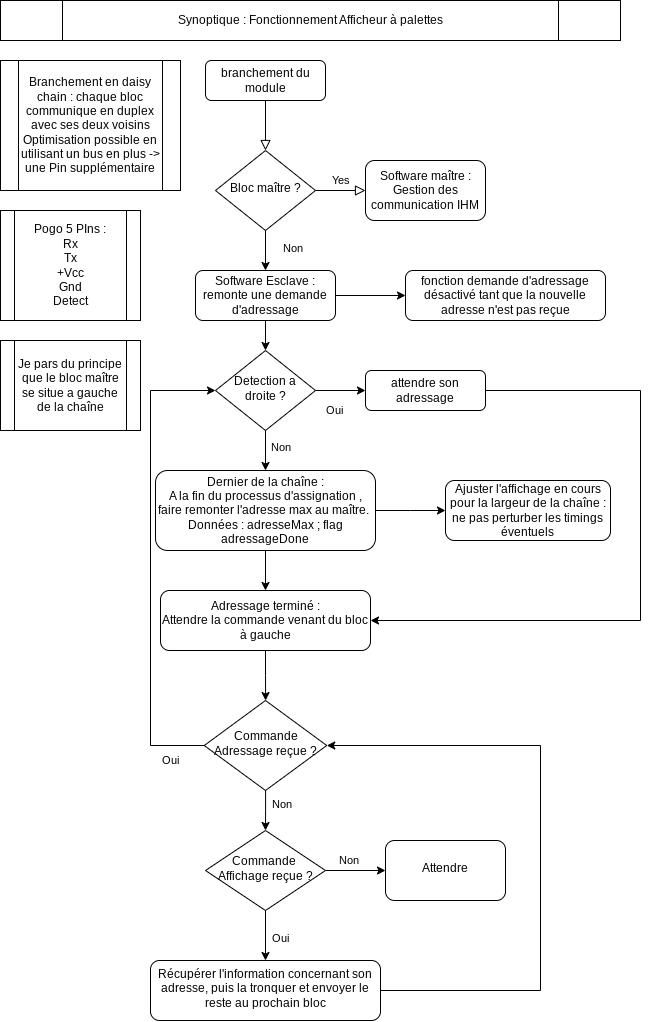
The draw.io diagram Synoptique afficheur à palettes.png in RobotiClermontClub/Afficheur-a-palettes, before a commit. Source tidied: cells renumbered, new cells last; positions are measured from the earlier drawing's top-left corner, leaving out a move shared by most shapes.
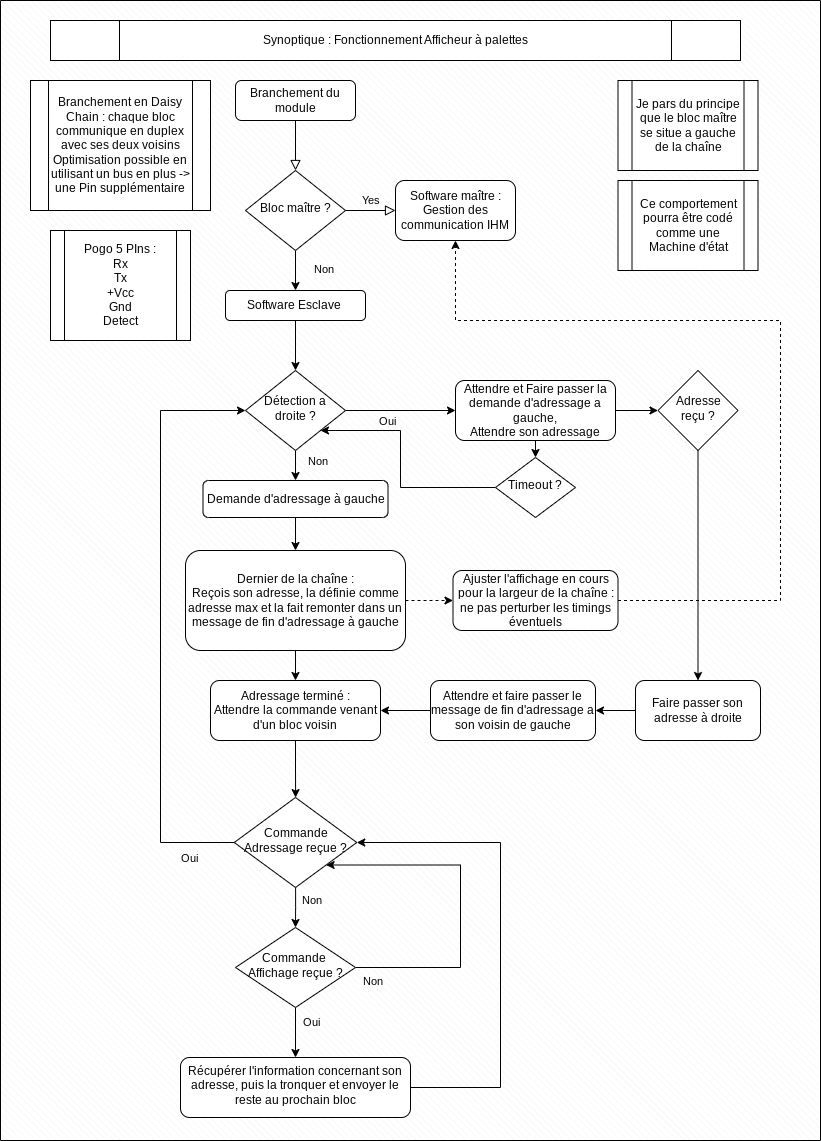
The same file after the commit.

Commit message:
Synoptique V0.3 + Adressage

What changed in the source:
```diff
@@ -2,10 +2,13 @@
   <root>
     <mxCell id="0" />
     <mxCell id="1" parent="0" />
+    <mxCell id="43" style="verticalLabelPosition=bottom;verticalAlign=top;html=1;shape=mxgraph.basic.patternFillRect;fillStyle=diagRev;step=5;fillStrokeWidth=0.2;fillStrokeColor=#dddddd;fillColor=light-dark(#FFFFFF,#6D6D6D);" parent="1" vertex="1">
+      <mxGeometry x="-30" y="-20" width="820" height="1140" as="geometry" />
+    </mxCell>
     <mxCell id="2" style="rounded=0;html=1;jettySize=auto;fontSize=11;endArrow=block;endFill=0;endSize=8;strokeWidth=1;shadow=0;labelBackgroundColor=none;edgeStyle=orthogonalEdgeStyle;" parent="1" edge="1" source="3" target="7">
       <mxGeometry relative="1" as="geometry" />
     </mxCell>
-    <mxCell id="3" value="branchement du module" style="rounded=1;whiteSpace=wrap;html=1;fontSize=12;glass=0;strokeWidth=1;shadow=0;" parent="1" vertex="1">
+    <mxCell id="3" value="Branchement du module" style="rounded=1;whiteSpace=wrap;html=1;fontSize=12;glass=0;strokeWidth=1;shadow=0;" parent="1" vertex="1">
       <mxGeometry x="205" y="60" width="120" height="40" as="geometry" />
     </mxCell>
     <mxCell id="4" value="Yes" style="edgeStyle=orthogonalEdgeStyle;rounded=0;html=1;jettySize=auto;fontSize=11;endArrow=block;endFill=0;endSize=8;strokeWidth=1;shadow=0;labelBackgroundColor=none;" parent="1" edge="1" source="7" target="8">
@@ -25,27 +28,22 @@
     <mxCell id="8" value="Software maître : Gestion des communication IHM" style="rounded=1;whiteSpace=wrap;html=1;fontSize=12;glass=0;strokeWidth=1;shadow=0;" parent="1" vertex="1">
       <mxGeometry x="365" y="160" width="120" height="60" as="geometry" />
     </mxCell>
-    <mxCell id="9" style="edgeStyle=orthogonalEdgeStyle;rounded=0;jettySize=auto;html=1;" parent="1" edge="1" source="11">
-      <mxGeometry relative="1" as="geometry">
-        <mxPoint x="445" y="510" as="targetPoint" />
-      </mxGeometry>
-    </mxCell>
     <mxCell id="10" style="edgeStyle=orthogonalEdgeStyle;rounded=0;jettySize=auto;html=1;" parent="1" edge="1" source="11" target="29">
       <mxGeometry relative="1" as="geometry" />
     </mxCell>
+    <mxCell id="44" style="edgeStyle=orthogonalEdgeStyle;rounded=0;jettySize=auto;html=1;exitX=1;exitY=0.5;exitDx=0;exitDy=0;entryX=0;entryY=0.5;entryDx=0;entryDy=0;dashed=1;" parent="1" edge="1" source="11" target="22">
+      <mxGeometry relative="1" as="geometry" />
+    </mxCell>
-    <mxCell id="11" value="Dernier de la chaîne :&lt;br&gt;A la fin du processus d'assignation , faire remonter l'adresse max au maître.&amp;nbsp;&lt;div&gt;Données : adresseMax ; flag adressageDone&lt;/div&gt;" style="rounded=1;whiteSpace=wrap;html=1;fontSize=12;glass=0;strokeWidth=1;shadow=0;" parent="1" vertex="1">
-      <mxGeometry x="155" y="470" width="220" height="80" as="geometry" />
+    <mxCell id="11" value="Dernier de la chaîne :&lt;br&gt;Reçois son adresse, la définie comme adresse max et la fait remonter dans un message de fin d'adressage à gauche" style="rounded=1;whiteSpace=wrap;html=1;fontSize=12;glass=0;strokeWidth=1;shadow=0;" parent="1" vertex="1">
+      <mxGeometry x="155" y="530" width="220" height="100" as="geometry" />
     </mxCell>
     <mxCell id="12" style="edgeStyle=orthogonalEdgeStyle;rounded=0;jettySize=auto;html=1;" parent="1" edge="1" source="14" target="19">
       <mxGeometry relative="1" as="geometry" />
     </mxCell>
-    <mxCell id="13" style="edgeStyle=orthogonalEdgeStyle;rounded=0;jettySize=auto;html=1;" parent="1" edge="1" source="14" target="24">
-      <mxGeometry relative="1" as="geometry" />
-    </mxCell>
-    <mxCell id="14" value="Software Esclave : remonte une demande d'adressage" style="rounded=1;whiteSpace=wrap;html=1;fontSize=12;glass=0;strokeWidth=1;shadow=0;" parent="1" vertex="1">
-      <mxGeometry x="195" y="270" width="140" height="50" as="geometry" />
+    <mxCell id="14" value="Software Esclave&amp;nbsp;" style="rounded=1;whiteSpace=wrap;html=1;fontSize=12;glass=0;strokeWidth=1;shadow=0;" parent="1" vertex="1">
+      <mxGeometry x="195" y="270" width="140" height="30" as="geometry" />
     </mxCell>
-    <mxCell id="15" style="edgeStyle=orthogonalEdgeStyle;rounded=0;jettySize=auto;html=1;" parent="1" edge="1" source="19" target="11">
+    <mxCell id="15" style="edgeStyle=orthogonalEdgeStyle;rounded=0;jettySize=auto;html=1;entryX=0.5;entryY=0;entryDx=0;entryDy=0;" parent="1" edge="1" source="19" target="56">
       <mxGeometry relative="1" as="geometry" />
     </mxCell>
     <mxCell id="16" value="Non" style="edgeLabel;html=1;align=center;verticalAlign=middle;" parent="15" vertex="1">
@@ -58,53 +56,62 @@
     </mxCell>
     <mxCell id="18" value="Oui" style="edgeLabel;html=1;align=center;verticalAlign=middle;" parent="17" vertex="1">
       <mxGeometry x="-0.26" y="-6" relative="1" as="geometry">
-        <mxPoint y="14" as="offset" />
+        <mxPoint y="4" as="offset" />
       </mxGeometry>
     </mxCell>
-    <mxCell id="19" value="Detection a droite ?" style="rhombus;whiteSpace=wrap;html=1;shadow=0;fontFamily=Helvetica;fontSize=12;align=center;strokeWidth=1;spacing=6;spacingTop=-4;" parent="1" vertex="1">
+    <mxCell id="19" value="Détection a droite ?" style="rhombus;whiteSpace=wrap;html=1;shadow=0;fontFamily=Helvetica;fontSize=12;align=center;strokeWidth=1;spacing=6;spacingTop=-4;" parent="1" vertex="1">
       <mxGeometry x="215" y="350" width="100" height="80" as="geometry" />
     </mxCell>
-    <mxCell id="20" style="edgeStyle=orthogonalEdgeStyle;rounded=0;jettySize=auto;html=1;exitX=1;exitY=0.5;exitDx=0;exitDy=0;entryX=1;entryY=0.5;entryDx=0;entryDy=0;" parent="1" edge="1" source="21" target="29">
-      <mxGeometry relative="1" as="geometry">
-        <Array as="points">
-          <mxPoint x="640" y="390" />
-          <mxPoint x="640" y="620" />
-        </Array>
-      </mxGeometry>
-    </mxCell>
+    <mxCell id="45" style="edgeStyle=orthogonalEdgeStyle;rounded=0;jettySize=auto;html=1;exitX=1;exitY=0.5;exitDx=0;exitDy=0;entryX=0;entryY=0.5;entryDx=0;entryDy=0;" parent="1" edge="1" source="21" target="49">
+      <mxGeometry relative="1" as="geometry" />
+    </mxCell>
+    <mxCell id="46" style="edgeStyle=orthogonalEdgeStyle;rounded=0;jettySize=auto;html=1;exitX=0.5;exitY=1;exitDx=0;exitDy=0;entryX=0.5;entryY=0;entryDx=0;entryDy=0;" parent="1" edge="1" source="21" target="58">
+      <mxGeometry relative="1" as="geometry" />
+    </mxCell>
-    <mxCell id="21" value="attendre son adressage" style="rounded=1;whiteSpace=wrap;html=1;fontSize=12;glass=0;strokeWidth=1;shadow=0;" parent="1" vertex="1">
-      <mxGeometry x="365" y="370" width="120" height="40" as="geometry" />
+    <mxCell id="21" value="Attendre et Faire passer la demande d'adressage a gauche,&lt;br&gt;Attendre son adressage" style="rounded=1;whiteSpace=wrap;html=1;fontSize=12;glass=0;strokeWidth=1;shadow=0;" parent="1" vertex="1">
+      <mxGeometry x="425" y="360" width="160" height="60" as="geometry" />
     </mxCell>
+    <mxCell id="47" style="edgeStyle=orthogonalEdgeStyle;rounded=0;jettySize=auto;html=1;exitX=1;exitY=0.5;exitDx=0;exitDy=0;entryX=0.5;entryY=1;entryDx=0;entryDy=0;dashed=1;" parent="1" edge="1" source="22" target="8">
+      <mxGeometry relative="1" as="geometry">
+        <Array as="points">
+          <mxPoint x="750" y="580" />
+          <mxPoint x="750" y="300" />
+          <mxPoint x="425" y="300" />
+        </Array>
+      </mxGeometry>
+    </mxCell>
     <mxCell id="22" value="Ajuster l'affichage en cours pour la largeur de la chaîne : ne pas perturber les timings éventuels" style="whiteSpace=wrap;html=1;rounded=1;glass=0;strokeWidth=1;shadow=0;" parent="1" vertex="1">
-      <mxGeometry x="445" y="480" width="165" height="60" as="geometry" />
+      <mxGeometry x="422.5" y="550" width="165" height="60" as="geometry" />
     </mxCell>
-    <mxCell id="23" value="Branchement en daisy chain : chaque bloc communique en duplex avec ses deux voisins&lt;div&gt;Optimisation possible en utilisant un bus en plus -&amp;gt; une Pin supplémentaire&lt;/div&gt;" style="shape=process;whiteSpace=wrap;html=1;backgroundOutline=1;" parent="1" vertex="1">
+    <mxCell id="23" value="Branchement en Daisy Chain : chaque bloc communique en duplex avec ses deux voisins&lt;div&gt;Optimisation possible en utilisant un bus en plus -&amp;gt; une Pin supplémentaire&lt;/div&gt;" style="shape=process;whiteSpace=wrap;html=1;backgroundOutline=1;" parent="1" vertex="1">
       <mxGeometry y="60" width="180" height="130" as="geometry" />
     </mxCell>
-    <mxCell id="24" value="fonction demande d'adressage désactivé tant que la nouvelle adresse n'est pas reçue" style="rounded=1;whiteSpace=wrap;html=1;fontSize=12;glass=0;strokeWidth=1;shadow=0;" parent="1" vertex="1">
-      <mxGeometry x="405" y="270" width="200" height="50" as="geometry" />
-    </mxCell>
     <mxCell id="25" value="Pogo 5 PIns :&lt;br&gt;Rx&lt;br&gt;Tx&lt;div&gt;+Vcc&lt;/div&gt;&lt;div&gt;Gnd&lt;/div&gt;&lt;div&gt;Detect&lt;/div&gt;" style="shape=process;whiteSpace=wrap;html=1;backgroundOutline=1;" parent="1" vertex="1">
-      <mxGeometry y="210" width="140" height="110" as="geometry" />
+      <mxGeometry x="20" y="210" width="140" height="110" as="geometry" />
     </mxCell>
     <mxCell id="26" value="Synoptique : Fonctionnement Afficheur à palettes" style="shape=process;whiteSpace=wrap;html=1;backgroundOutline=1;" parent="1" vertex="1">
-      <mxGeometry width="620" height="40" as="geometry" />
+      <mxGeometry x="20" width="690" height="40" as="geometry" />
     </mxCell>
     <mxCell id="27" value="Je pars du principe que le bloc maître se situe a gauche de la chaîne" style="shape=process;whiteSpace=wrap;html=1;backgroundOutline=1;" parent="1" vertex="1">
-      <mxGeometry y="340" width="140" height="90" as="geometry" />
+      <mxGeometry x="587.5" y="60" width="140" height="90" as="geometry" />
     </mxCell>
     <mxCell id="28" style="edgeStyle=orthogonalEdgeStyle;rounded=0;jettySize=auto;html=1;" parent="1" edge="1" source="29" target="42">
       <mxGeometry relative="1" as="geometry" />
     </mxCell>
-    <mxCell id="29" value="Adressage terminé : &lt;br&gt;Attendre la commande venant du bloc à gauche" style="rounded=1;whiteSpace=wrap;html=1;" parent="1" vertex="1">
-      <mxGeometry x="160" y="590" width="210" height="60" as="geometry" />
+    <mxCell id="29" value="Adressage terminé : &lt;br&gt;Attendre la commande venant d'un bloc voisin" style="rounded=1;whiteSpace=wrap;html=1;" parent="1" vertex="1">
+      <mxGeometry x="180" y="660" width="170" height="60" as="geometry" />
     </mxCell>
-    <mxCell id="30" style="edgeStyle=orthogonalEdgeStyle;rounded=0;jettySize=auto;html=1;" parent="1" edge="1" source="34" target="35">
-      <mxGeometry relative="1" as="geometry" />
+    <mxCell id="30" style="edgeStyle=orthogonalEdgeStyle;rounded=0;jettySize=auto;html=1;entryX=1;entryY=1;entryDx=0;entryDy=0;" parent="1" edge="1" source="34" target="42">
+      <mxGeometry relative="1" as="geometry">
+        <Array as="points">
+          <mxPoint x="430" y="947" />
+          <mxPoint x="430" y="844" />
+        </Array>
+      </mxGeometry>
     </mxCell>
     <mxCell id="31" value="Non" style="edgeLabel;html=1;align=center;verticalAlign=middle;" parent="30" vertex="1">
       <mxGeometry x="-0.5" y="1" relative="1" as="geometry">
-        <mxPoint x="8" y="-9" as="offset" />
+        <mxPoint x="-69" y="14" as="offset" />
       </mxGeometry>
     </mxCell>
     <mxCell id="32" style="edgeStyle=orthogonalEdgeStyle;rounded=0;jettySize=auto;html=1;" parent="1" edge="1" source="34" target="37">
@@ -112,25 +119,22 @@
     </mxCell>
     <mxCell id="33" value="Oui" style="edgeLabel;html=1;align=center;verticalAlign=middle;" parent="32" vertex="1">
       <mxGeometry x="0.1" relative="1" as="geometry">
-        <mxPoint x="15" as="offset" />
+        <mxPoint x="15" y="-14" as="offset" />
       </mxGeometry>
     </mxCell>
     <mxCell id="34" value="Commande&amp;nbsp; Affichage reçue ?" style="rhombus;whiteSpace=wrap;html=1;shadow=0;fontFamily=Helvetica;fontSize=12;align=center;strokeWidth=1;spacing=6;spacingTop=-4;" parent="1" vertex="1">
-      <mxGeometry x="205" y="830" width="120" height="80" as="geometry" />
+      <mxGeometry x="205" y="907" width="120" height="80" as="geometry" />
     </mxCell>
-    <mxCell id="35" value="Attendre" style="rounded=1;whiteSpace=wrap;html=1;shadow=0;strokeWidth=1;spacing=6;spacingTop=-4;" parent="1" vertex="1">
-      <mxGeometry x="385" y="840" width="120" height="60" as="geometry" />
-    </mxCell>
     <mxCell id="36" style="edgeStyle=orthogonalEdgeStyle;rounded=0;jettySize=auto;html=1;exitX=1;exitY=0.5;exitDx=0;exitDy=0;entryX=1;entryY=0.5;entryDx=0;entryDy=0;" parent="1" edge="1" source="37" target="42">
       <mxGeometry relative="1" as="geometry">
         <Array as="points">
-          <mxPoint x="540" y="990" />
-          <mxPoint x="540" y="745" />
+          <mxPoint x="470" y="1067" />
+          <mxPoint x="470" y="822" />
         </Array>
       </mxGeometry>
     </mxCell>
     <mxCell id="37" value="Récupérer l'information concernant son adresse, puis la tronquer et envoyer le reste au prochain bloc" style="rounded=1;whiteSpace=wrap;html=1;shadow=0;strokeWidth=1;spacing=6;spacingTop=-4;" parent="1" vertex="1">
-      <mxGeometry x="150" y="960" width="230" height="60" as="geometry" />
+      <mxGeometry x="150" y="1037" width="230" height="60" as="geometry" />
     </mxCell>
     <mxCell id="38" style="edgeStyle=orthogonalEdgeStyle;rounded=0;jettySize=auto;html=1;" parent="1" edge="1" source="42" target="34">
       <mxGeometry relative="1" as="geometry" />
@@ -143,18 +147,56 @@
     <mxCell id="40" style="edgeStyle=orthogonalEdgeStyle;rounded=0;jettySize=auto;html=1;entryX=0;entryY=0.5;entryDx=0;entryDy=0;" parent="1" edge="1" source="42" target="19">
       <mxGeometry relative="1" as="geometry">
         <Array as="points">
-          <mxPoint x="150" y="745" />
-          <mxPoint x="150" y="390" />
+          <mxPoint x="130" y="822" />
+          <mxPoint x="130" y="390" />
         </Array>
       </mxGeometry>
     </mxCell>
     <mxCell id="41" value="Oui" style="edgeLabel;html=1;align=center;verticalAlign=middle;" parent="40" vertex="1">
       <mxGeometry x="-0.87" y="5" relative="1" as="geometry">
-        <mxPoint x="-4" y="10" as="offset" />
+        <mxPoint x="-8" y="10" as="offset" />
       </mxGeometry>
     </mxCell>
     <mxCell id="42" value="Commande Adressage reçue ?" style="rhombus;whiteSpace=wrap;html=1;shadow=0;fontFamily=Helvetica;fontSize=12;align=center;strokeWidth=1;spacing=6;spacingTop=-4;" parent="1" vertex="1">
-      <mxGeometry x="203.8" y="700" width="122.5" height="90" as="geometry" />
+      <mxGeometry x="203.8" y="777" width="122.5" height="90" as="geometry" />
     </mxCell>
+    <mxCell id="48" style="edgeStyle=orthogonalEdgeStyle;rounded=0;jettySize=auto;html=1;exitX=0.5;exitY=1;exitDx=0;exitDy=0;entryX=0.5;entryY=0;entryDx=0;entryDy=0;" parent="1" edge="1" source="49" target="53">
+      <mxGeometry relative="1" as="geometry" />
+    </mxCell>
+    <mxCell id="49" value="Adresse reçu ?" style="rhombus;whiteSpace=wrap;html=1;shadow=0;fontFamily=Helvetica;fontSize=12;align=center;strokeWidth=1;spacing=6;spacingTop=-4;" parent="1" vertex="1">
+      <mxGeometry x="627.5" y="350" width="80" height="80" as="geometry" />
+    </mxCell>
+    <mxCell id="50" style="edgeStyle=orthogonalEdgeStyle;rounded=0;jettySize=auto;html=1;exitX=0;exitY=0.5;exitDx=0;exitDy=0;" parent="1" edge="1" source="51" target="29">
+      <mxGeometry relative="1" as="geometry" />
+    </mxCell>
+    <mxCell id="51" value="Attendre et faire passer le message de fin d'adressage a son voisin de gauche" style="whiteSpace=wrap;html=1;rounded=1;glass=0;strokeWidth=1;shadow=0;" parent="1" vertex="1">
+      <mxGeometry x="400" y="660" width="165" height="60" as="geometry" />
+    </mxCell>
+    <mxCell id="52" style="edgeStyle=orthogonalEdgeStyle;rounded=0;jettySize=auto;html=1;" parent="1" edge="1" source="53" target="51">
+      <mxGeometry relative="1" as="geometry" />
+    </mxCell>
+    <mxCell id="53" value="Faire passer son adresse à droite" style="whiteSpace=wrap;html=1;rounded=1;glass=0;strokeWidth=1;shadow=0;" parent="1" vertex="1">
+      <mxGeometry x="605" y="660" width="125" height="60" as="geometry" />
+    </mxCell>
+    <mxCell id="54" value="Ce comportement pourra être codé comme une Machine d'état" style="shape=process;whiteSpace=wrap;html=1;backgroundOutline=1;" parent="1" vertex="1">
+      <mxGeometry x="587.5" y="160" width="140" height="90" as="geometry" />
+    </mxCell>
+    <mxCell id="55" style="edgeStyle=orthogonalEdgeStyle;rounded=0;jettySize=auto;html=1;exitX=0.5;exitY=1;exitDx=0;exitDy=0;entryX=0.5;entryY=0;entryDx=0;entryDy=0;" parent="1" edge="1" source="56" target="11">
+      <mxGeometry relative="1" as="geometry" />
+    </mxCell>
+    <mxCell id="56" value="Demande d'adressage à gauche" style="rounded=1;whiteSpace=wrap;html=1;fontSize=12;glass=0;strokeWidth=1;shadow=0;" parent="1" vertex="1">
+      <mxGeometry x="172.5" y="460" width="185" height="37" as="geometry" />
+    </mxCell>
+    <mxCell id="57" style="edgeStyle=orthogonalEdgeStyle;rounded=0;jettySize=auto;html=1;exitX=0;exitY=0.5;exitDx=0;exitDy=0;entryX=1;entryY=1;entryDx=0;entryDy=0;" parent="1" edge="1" source="58" target="19">
+      <mxGeometry relative="1" as="geometry">
+        <Array as="points">
+          <mxPoint x="370" y="467" />
+          <mxPoint x="370" y="410" />
+        </Array>
+      </mxGeometry>
+    </mxCell>
+    <mxCell id="58" value="Timeout ?" style="rhombus;whiteSpace=wrap;html=1;shadow=0;fontFamily=Helvetica;fontSize=12;align=center;strokeWidth=1;spacing=6;spacingTop=-4;" parent="1" vertex="1">
+      <mxGeometry x="465" y="437" width="80" height="60" as="geometry" />
+    </mxCell>
   </root>
 </mxGraphModel>
```
